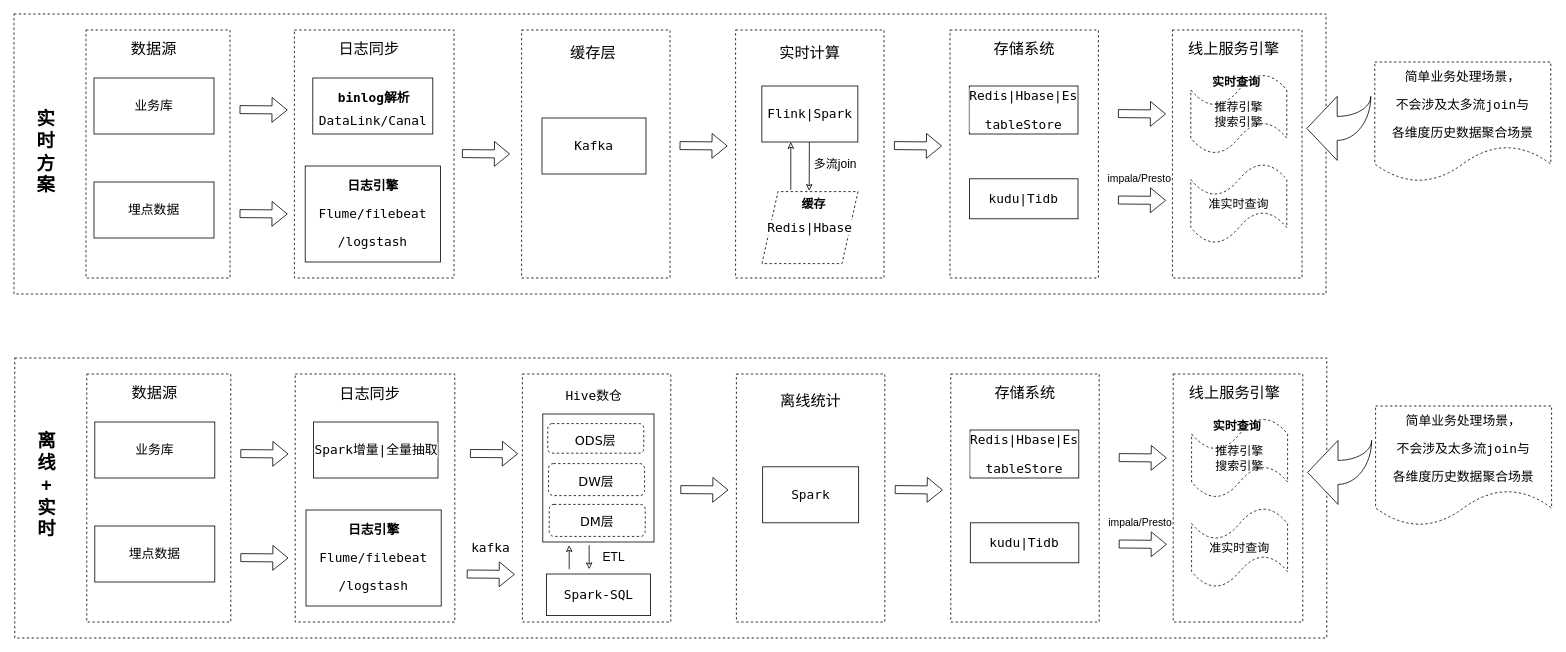
Above: Untitled Diagram.drawio in yanshenliang/yanshenliang.github.io (draw.io), before the change. Source tidied: cells renumbered, new cells numbered last; positions are measured from the earlier drawing's top-left corner, leaving out a move shared by most shapes. Both pictures are drawn from the tidied source at 80%, with x=0, y=0 at pixel (14, 14).
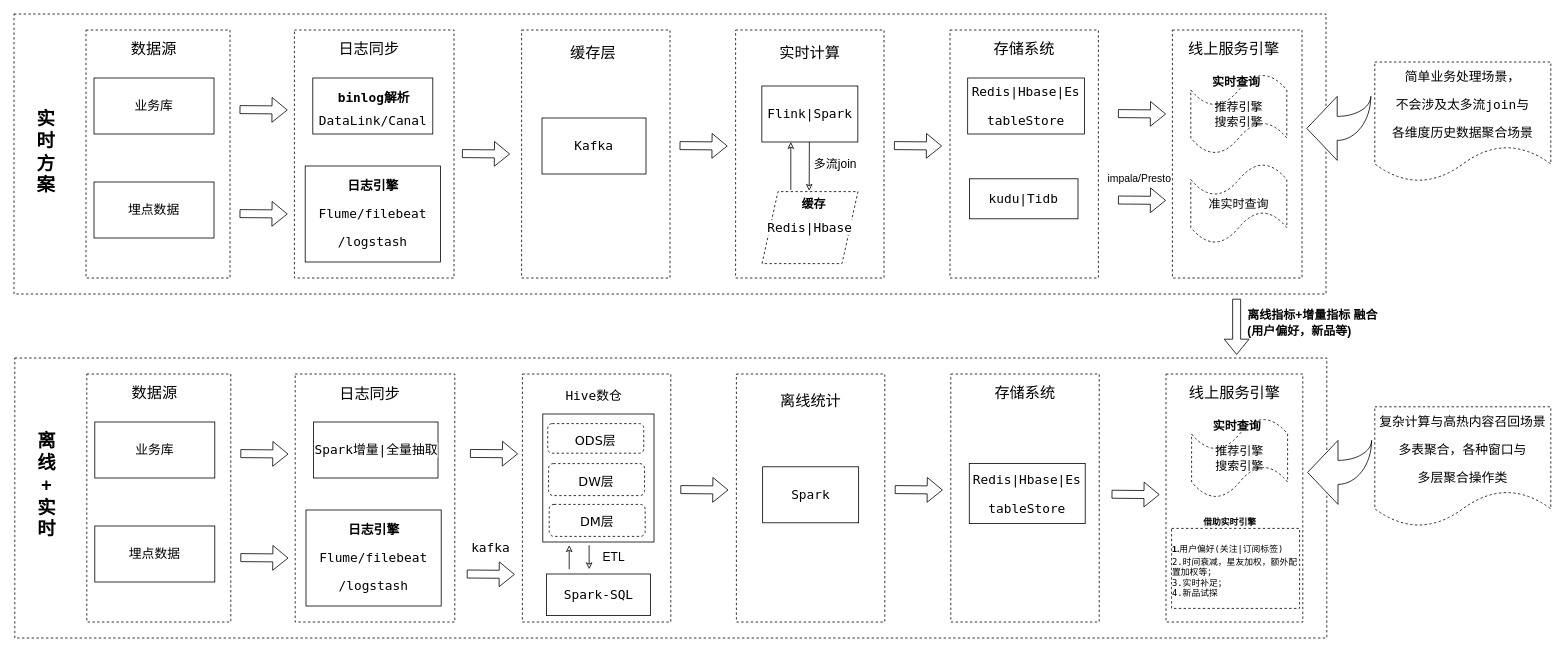
Above is the later version.

Diff of the diagram source:
```diff
@@
+    <mxCell id="89" style="rounded=0;whiteSpace=wrap;html=1;shadow=0;dashed=1;sketch=0;fontFamily=Verdana;fontSize=11;" parent="1" vertex="1">
+      <mxGeometry x="1461" y="624" width="142" height="130" as="geometry" />
+    </mxCell>
@@
     <mxCell id="30" value="&lt;pre style=&quot;background-color: rgb(255 , 255 , 255) ; font-family: &amp;#34;menlo&amp;#34; ; font-size: 12pt&quot;&gt;&lt;pre style=&quot;font-family: &amp;#34;menlo&amp;#34; ; font-size: 12pt&quot;&gt;Redis|Hbase|Es&lt;/pre&gt;&lt;pre style=&quot;font-family: &amp;#34;menlo&amp;#34; ; font-size: 12pt&quot;&gt;tableStore&lt;/pre&gt;&lt;/pre&gt;" style="rounded=0;whiteSpace=wrap;html=1;" parent="1" vertex="1">
-      <mxGeometry x="1194.1" y="90" width="135.9" height="60" as="geometry" />
+      <mxGeometry x="1192.1" y="80" width="145.9" height="70" as="geometry" />
     </mxCell>
@@
     <mxCell id="45" style="rounded=0;whiteSpace=wrap;html=1;dashed=1;" parent="1" vertex="1">
-      <mxGeometry x="1449" y="450" width="162" height="310" as="geometry" />
+      <mxGeometry x="1440" y="450" width="171" height="310" as="geometry" />
     </mxCell>
@@
     <mxCell id="66" value="&lt;pre style=&quot;background-color: rgb(255 , 255 , 255) ; font-family: &amp;#34;menlo&amp;#34; ; font-size: 12pt&quot;&gt;&lt;pre style=&quot;font-family: &amp;#34;menlo&amp;#34; ; font-size: 12pt&quot;&gt;Redis|Hbase|Es&lt;/pre&gt;&lt;pre style=&quot;font-family: &amp;#34;menlo&amp;#34; ; font-size: 12pt&quot;&gt;tableStore&lt;/pre&gt;&lt;/pre&gt;" style="rounded=0;whiteSpace=wrap;html=1;" parent="1" vertex="1">
-      <mxGeometry x="1195.1" y="520" width="135.9" height="60" as="geometry" />
+      <mxGeometry x="1194.1" y="562" width="144.9" height="75" as="geometry" />
     </mxCell>
@@
-    <mxCell id="69" value="&lt;pre style=&quot;background-color: rgb(255 , 255 , 255) ; font-family: &amp;#34;menlo&amp;#34; ; font-size: 12pt&quot;&gt;&lt;pre style=&quot;font-family: &amp;#34;menlo&amp;#34; ; font-size: 12pt&quot;&gt;kudu|Tidb&lt;/pre&gt;&lt;/pre&gt;" style="rounded=0;whiteSpace=wrap;html=1;" parent="1" vertex="1">
-      <mxGeometry x="1195.4" y="636" width="135.6" height="50" as="geometry" />
-    </mxCell>
     <mxCell id="70" style="shape=flexArrow;endArrow=classic;html=1;rounded=0;" parent="1" edge="1">
       <mxGeometry relative="1" as="geometry">
-        <mxPoint x="1381" y="554.5" as="sourcePoint" />
-        <mxPoint x="1441" y="555" as="targetPoint" />
+        <mxPoint x="1372" y="600.3" as="sourcePoint" />
+        <mxPoint x="1432" y="600.8" as="targetPoint" />
       </mxGeometry>
     </mxCell>
@@
-    <mxCell id="72" style="shape=flexArrow;endArrow=classic;html=1;rounded=0;" parent="1" edge="1">
-      <mxGeometry relative="1" as="geometry">
-        <mxPoint x="1381" y="662.5" as="sourcePoint" />
-        <mxPoint x="1441" y="663" as="targetPoint" />
-      </mxGeometry>
-    </mxCell>
-    <mxCell id="73" value="准实时查询" style="shape=tape;whiteSpace=wrap;html=1;rounded=1;dashed=1;fontSize=15;" parent="1" vertex="1">
-      <mxGeometry x="1472" y="617" width="120" height="100" as="geometry" />
-    </mxCell>
@@
-    <mxCell id="75" value="&lt;font size=&quot;1&quot;&gt;&lt;span style=&quot;font-size: 13px&quot;&gt;impala/Presto&lt;/span&gt;&lt;/font&gt;" style="text;html=1;strokeColor=none;fillColor=none;align=center;verticalAlign=middle;whiteSpace=wrap;rounded=0;dashed=1;fontSize=19;" parent="1" vertex="1">
-      <mxGeometry x="1373" y="619" width="70" height="30" as="geometry" />
-    </mxCell>
@@
-    <mxCell id="77" value="&lt;pre style=&quot;background-color: rgb(255 , 255 , 255) ; font-family: &amp;#34;menlo&amp;#34; ; font-size: 12pt&quot;&gt;简单业务处理场景，&lt;/pre&gt;&lt;pre style=&quot;background-color: rgb(255 , 255 , 255) ; font-family: &amp;#34;menlo&amp;#34; ; font-size: 12pt&quot;&gt;不会涉及太多流join与&lt;/pre&gt;&lt;pre style=&quot;background-color: rgb(255 , 255 , 255) ; font-family: &amp;#34;menlo&amp;#34; ; font-size: 12pt&quot;&gt;各维度历史数据聚合场景&lt;/pre&gt;" style="shape=document;whiteSpace=wrap;html=1;boundedLbl=1;rounded=1;dashed=1;fontSize=13;" parent="1" vertex="1">
-      <mxGeometry x="1702" y="490" width="220" height="150" as="geometry" />
-    </mxCell>
@@
+    <mxCell id="90" style="shape=flexArrow;endArrow=classic;html=1;rounded=0;fontFamily=Verdana;fontSize=16;" parent="1" edge="1">
+      <mxGeometry relative="1" as="geometry">
+        <mxPoint x="1528.3" y="356" as="sourcePoint" />
+        <mxPoint x="1528.3" y="426" as="targetPoint" />
+      </mxGeometry>
+    </mxCell>
+    <mxCell id="91" value="&lt;div style=&quot;text-align: left&quot;&gt;&lt;b style=&quot;font-size: 11px&quot;&gt;1.&lt;/b&gt;&lt;span style=&quot;font-size: 11px ; background-color: rgb(255 , 255 , 255) ; font-family: &amp;#34;menlo&amp;#34;&quot;&gt;用户偏好(关注|订阅标签)&lt;/span&gt;&lt;/div&gt;&lt;font style=&quot;font-size: 11px&quot;&gt;&lt;div style=&quot;text-align: left&quot;&gt;&lt;span style=&quot;background-color: rgb(255 , 255 , 255) ; font-family: &amp;#34;menlo&amp;#34;&quot;&gt;2.时间衰减，星友加权，额外配置加权等；&lt;/span&gt;&lt;/div&gt;&lt;div style=&quot;text-align: left&quot;&gt;&lt;span style=&quot;background-color: rgb(255 , 255 , 255) ; font-family: &amp;#34;menlo&amp;#34;&quot;&gt;3.实时补足；&lt;/span&gt;&lt;/div&gt;&lt;div style=&quot;text-align: left&quot;&gt;&lt;span style=&quot;background-color: rgb(255 , 255 , 255) ; font-family: &amp;#34;menlo&amp;#34;&quot;&gt;4.新品试探&lt;/span&gt;&lt;/div&gt;&lt;/font&gt;" style="text;html=1;strokeColor=default;fillColor=none;align=center;verticalAlign=middle;whiteSpace=wrap;rounded=0;dashed=1;fontSize=19;" parent="1" vertex="1">
+      <mxGeometry x="1447" y="643" width="160" height="100" as="geometry" />
+    </mxCell>
+    <mxCell id="92" value="&lt;b&gt;借助实时引擎&lt;/b&gt;" style="text;html=1;strokeColor=none;fillColor=none;align=center;verticalAlign=middle;whiteSpace=wrap;rounded=0;shadow=0;dashed=1;sketch=0;fontFamily=Verdana;fontSize=11;" parent="1" vertex="1">
+      <mxGeometry x="1480" y="620" width="80" height="30" as="geometry" />
+    </mxCell>
+    <mxCell id="93" value="&lt;pre style=&quot;background-color: rgb(255 , 255 , 255) ; font-family: &amp;#34;menlo&amp;#34; ; font-size: 12pt&quot;&gt;&lt;pre style=&quot;font-family: &amp;#34;menlo&amp;#34; ; font-size: 12pt&quot;&gt;&lt;span style=&quot;font-size: 12pt&quot;&gt;复杂计算与高热内容召回场景&lt;/span&gt;&lt;/pre&gt;&lt;pre style=&quot;font-family: &amp;#34;menlo&amp;#34; ; font-size: 12pt&quot;&gt;&lt;pre style=&quot;font-family: &amp;#34;menlo&amp;#34; ; font-size: 12pt&quot;&gt;多表聚合，各种窗口与&lt;/pre&gt;&lt;pre style=&quot;font-family: &amp;#34;menlo&amp;#34; ; font-size: 12pt&quot;&gt;多层聚合操作类&lt;/pre&gt;&lt;/pre&gt;&lt;/pre&gt;" style="shape=document;whiteSpace=wrap;html=1;boundedLbl=1;rounded=1;dashed=1;fontSize=13;align=center;" parent="1" vertex="1">
+      <mxGeometry x="1701" y="491" width="220" height="150" as="geometry" />
+    </mxCell>
+    <mxCell id="94" value="&lt;div style=&quot;text-align: left&quot;&gt;&lt;b style=&quot;font-size: 15px&quot;&gt;离线指标+增量指标 融合&lt;/b&gt;&lt;/div&gt;&lt;font size=&quot;1&quot;&gt;&lt;div style=&quot;text-align: left&quot;&gt;&lt;b style=&quot;font-size: 15px&quot;&gt;(用户偏好，新品等)&lt;/b&gt;&lt;/div&gt;&lt;/font&gt;" style="text;html=1;strokeColor=none;fillColor=none;align=center;verticalAlign=middle;whiteSpace=wrap;rounded=0;dashed=1;fontSize=19;" parent="1" vertex="1">
+      <mxGeometry x="1537" y="370" width="173" height="30" as="geometry" />
+    </mxCell>
```
